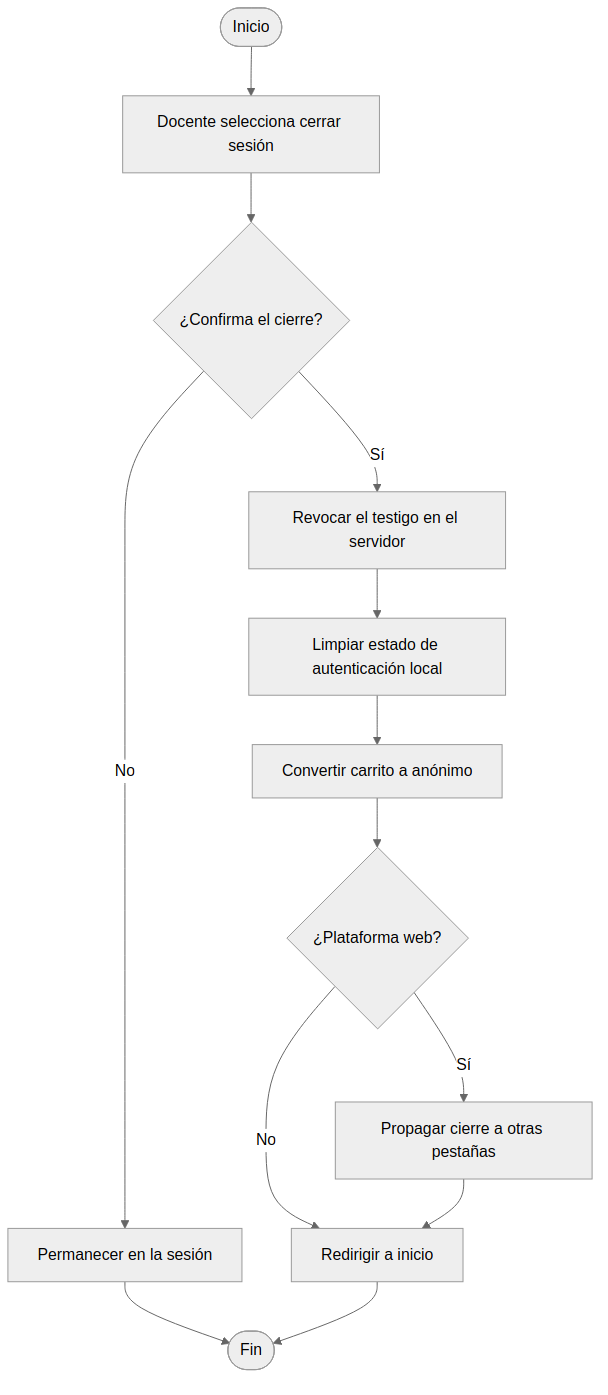
EXCOFFee/acalud keeps this Mermaid diagram as docs/04-diagramas-uml/identidad/cu03_act.png. Above is the earlier version. Its source is kept beside it as docs/04-diagramas-uml/identidad/cu03_act.mmd.
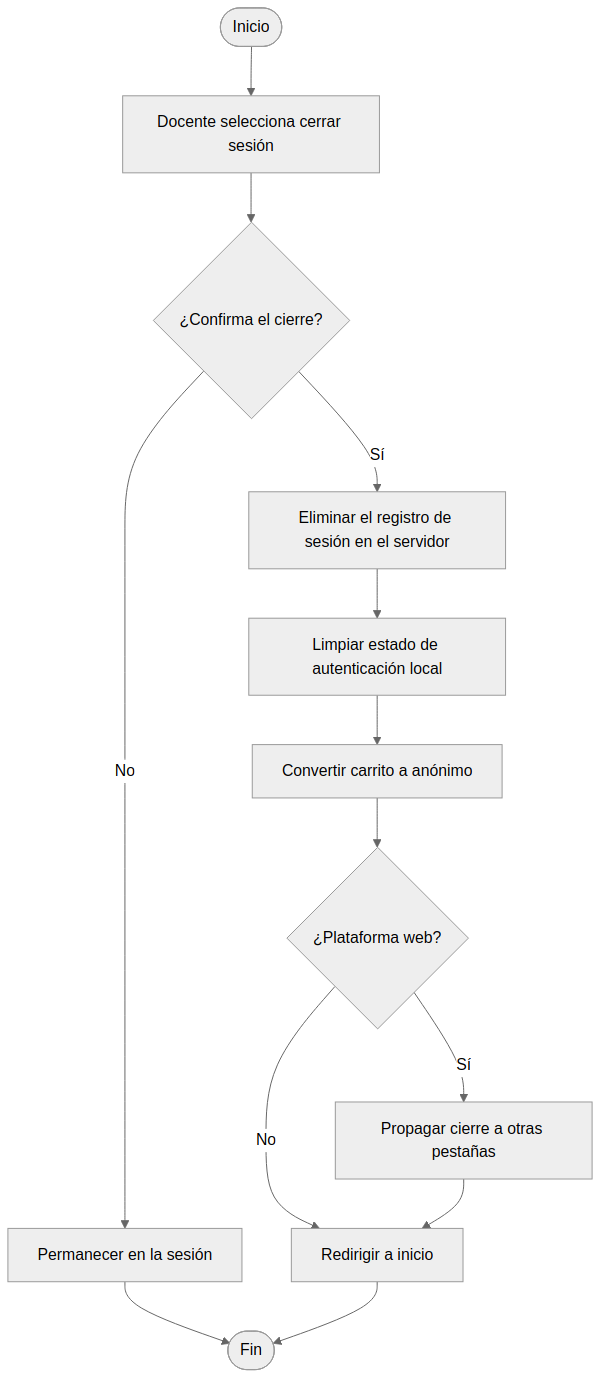
Above is the later version.

The edit, as a diff of the source:
```diff
@@ -3,7 +3,7 @@
     Click --> Confirm{¿Confirma el cierre?}
     Confirm -- No --> Cancel[Permanecer en la sesión]
     Cancel --> End([Fin])
-    Confirm -- Sí --> Revoke[Revocar el testigo en el servidor]
+    Confirm -- Sí --> Revoke[Eliminar el registro de sesión en el servidor]
     Revoke --> Clear[Limpiar estado de autenticación local]
     Clear --> Anon[Convertir carrito a anónimo]
     Anon --> Web{¿Plataforma web?}
```
